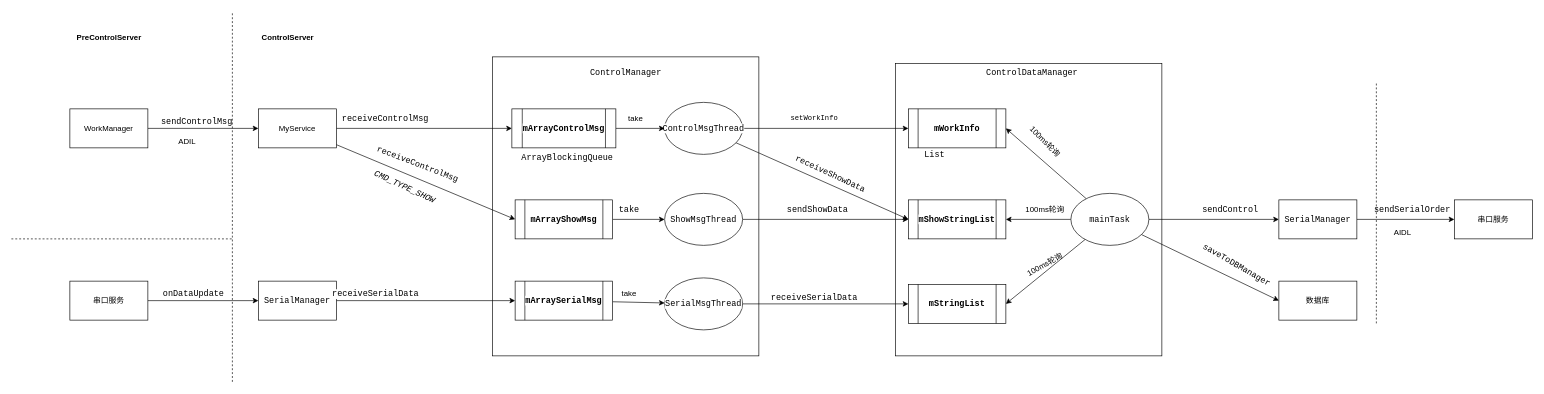
This is Control_Server.drawio from zhangmeizhen/test2, a draw.io file, before an edit. Source tidied: cells renumbered, new cells numbered last; positions are measured from the earlier drawing's top-left corner, leaving out a move shared by most shapes. Both pictures are drawn from the tidied source at 65%, with x=0, y=0 at pixel (11, 11).
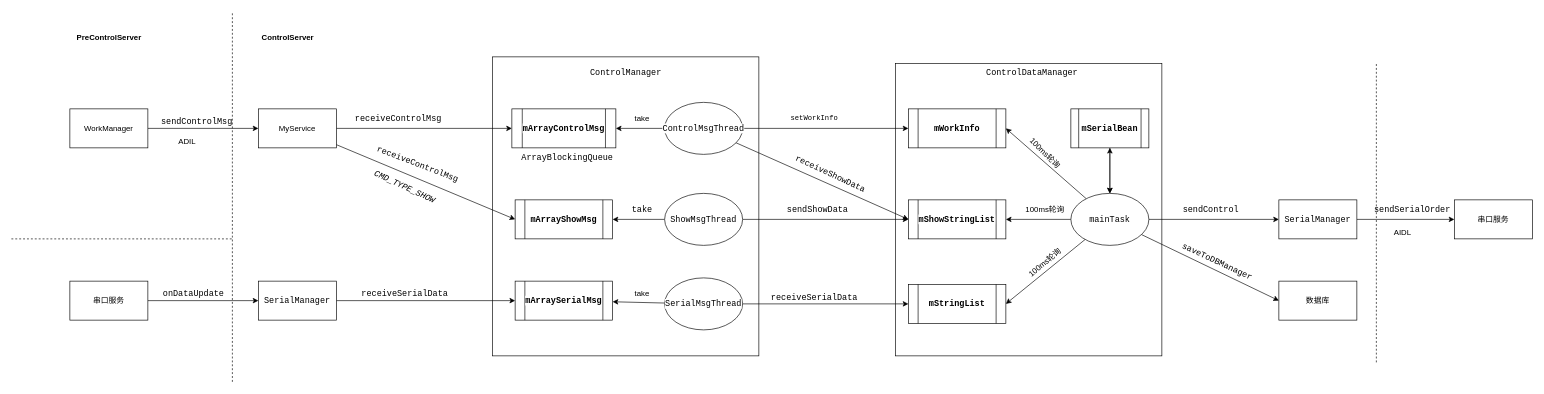
After the change.

The change refers to these unchanged cells:
```xml
<mxCell id="7" value="&lt;pre style=&quot;background-color: rgb(255 , 255 , 255) ; font-family: &amp;#34;jetbrains mono&amp;#34; , monospace ; font-size: 9.8pt&quot;&gt;ControlMsgThread&lt;/pre&gt;" style="ellipse;whiteSpace=wrap;html=1;" parent="1" vertex="1">
  <mxGeometry x="1005" y="140" width="120" height="80" as="geometry" />
</mxCell>
<mxCell id="9" value="&lt;pre style=&quot;background-color: rgb(255 , 255 , 255) ; font-family: &amp;#34;jetbrains mono&amp;#34; , monospace ; font-size: 9.8pt&quot;&gt;ShowMsgThread&lt;/pre&gt;" style="ellipse;whiteSpace=wrap;html=1;" parent="1" vertex="1">
  <mxGeometry x="1005" y="280" width="120" height="80" as="geometry" />
</mxCell>
<mxCell id="11" value="&lt;pre style=&quot;background-color: rgb(255 , 255 , 255) ; font-family: &amp;#34;jetbrains mono&amp;#34; , monospace ; font-size: 9.8pt&quot;&gt;SerialMsgThread&lt;/pre&gt;" style="ellipse;whiteSpace=wrap;html=1;" parent="1" vertex="1">
  <mxGeometry x="1005" y="410" width="120" height="80" as="geometry" />
</mxCell>
<mxCell id="16" value="&lt;pre style=&quot;background-color: rgb(255 , 255 , 255) ; font-family: &amp;#34;jetbrains mono&amp;#34; , monospace ; font-size: 9.8pt&quot;&gt;&lt;span style=&quot;font-weight: bold&quot;&gt;mArrayControlMsg&lt;/span&gt;&lt;/pre&gt;" style="shape=process;whiteSpace=wrap;html=1;backgroundOutline=1;" parent="1" vertex="1">
  <mxGeometry x="770" y="150" width="160" height="60" as="geometry" />
</mxCell>
<mxCell id="36" value="&lt;pre style=&quot;background-color: rgb(255 , 255 , 255) ; font-family: &amp;#34;jetbrains mono&amp;#34; , monospace ; font-size: 9.8pt&quot;&gt;&lt;span style=&quot;font-weight: bold&quot;&gt;mArrayShowMsg&lt;/span&gt;&lt;/pre&gt;" style="shape=process;whiteSpace=wrap;html=1;backgroundOutline=1;" parent="1" vertex="1">
  <mxGeometry x="775" y="290" width="150" height="60" as="geometry" />
</mxCell>
<mxCell id="40" value="&lt;pre style=&quot;background-color: rgb(255 , 255 , 255) ; font-family: &amp;#34;jetbrains mono&amp;#34; , monospace ; font-size: 9.8pt&quot;&gt;&lt;span style=&quot;font-weight: bold&quot;&gt;mArraySerialMsg&lt;/span&gt;&lt;/pre&gt;" style="shape=process;whiteSpace=wrap;html=1;backgroundOutline=1;" parent="1" vertex="1">
  <mxGeometry x="775" y="415" width="150" height="60" as="geometry" />
</mxCell>
<mxCell id="46" value="&lt;pre style=&quot;background-color: rgb(255 , 255 , 255) ; font-family: &amp;#34;jetbrains mono&amp;#34; , monospace ; font-size: 9.8pt&quot;&gt;SerialManager&lt;/pre&gt;" style="whiteSpace=wrap;html=1;" parent="1" vertex="1">
  <mxGeometry x="380" y="415" width="120" height="60" as="geometry" />
</mxCell>
<mxCell id="68" value="&lt;pre style=&quot;background-color: rgb(255 , 255 , 255) ; font-family: &amp;#34;jetbrains mono&amp;#34; , monospace ; font-size: 9.8pt&quot;&gt;mainTask&lt;/pre&gt;" style="ellipse;whiteSpace=wrap;html=1;" parent="1" vertex="1">
  <mxGeometry x="1630" y="280" width="120" height="80" as="geometry" />
</mxCell>
```

Diff of the diagram source:
```diff
@@
+    <mxCell id="70" style="edgeStyle=none;rounded=0;jettySize=auto;html=1;" parent="1" edge="1" source="7" target="16">
+      <mxGeometry relative="1" as="geometry" />
+    </mxCell>
@@
+    <mxCell id="71" style="edgeStyle=none;rounded=0;jettySize=auto;html=1;entryX=1;entryY=0.5;entryDx=0;entryDy=0;" parent="1" edge="1" source="9" target="36">
+      <mxGeometry relative="1" as="geometry" />
+    </mxCell>
@@
+    <mxCell id="72" style="edgeStyle=none;rounded=0;jettySize=auto;html=1;" parent="1" edge="1" source="11" target="40">
+      <mxGeometry relative="1" as="geometry" />
+    </mxCell>
@@
-    <mxCell id="15" style="edgeStyle=none;rounded=0;jettySize=auto;html=1;entryX=0;entryY=0.5;entryDx=0;entryDy=0;" parent="1" edge="1" source="16" target="7">
-      <mxGeometry relative="1" as="geometry" />
-    </mxCell>
@@
     <mxCell id="17" value="take" style="text;html=1;align=center;verticalAlign=middle;strokeColor=none;" parent="1" vertex="1">
-      <mxGeometry x="940" y="155" width="40" height="20" as="geometry" />
+      <mxGeometry x="950" y="155" width="40" height="20" as="geometry" />
     </mxCell>
@@
     <mxCell id="21" value="100ms轮询" style="text;html=1;align=center;verticalAlign=middle;strokeColor=none;rotation=45;" parent="1" vertex="1">
-      <mxGeometry x="1550" y="190" width="80" height="20" as="geometry" />
+      <mxGeometry x="1550" y="208" width="80" height="20" as="geometry" />
     </mxCell>
@@
-    <mxCell id="24" value="&lt;pre style=&quot;background-color: rgb(255 , 255 , 255) ; font-family: &amp;#34;jetbrains mono&amp;#34; , monospace ; font-size: 9.8pt&quot;&gt;List&lt;/pre&gt;" style="text;html=1;align=center;verticalAlign=middle;strokeColor=none;" parent="1" vertex="1">
-      <mxGeometry x="1400" y="195" width="40" height="50" as="geometry" />
-    </mxCell>
@@
-    <mxCell id="35" style="edgeStyle=none;rounded=0;jettySize=auto;html=1;" parent="1" edge="1" source="36" target="9">
-      <mxGeometry relative="1" as="geometry" />
-    </mxCell>
@@
     <mxCell id="38" value="&lt;pre style=&quot;background-color: rgb(255 , 255 , 255) ; font-family: &amp;#34;jetbrains mono&amp;#34; , monospace ; font-size: 9.8pt&quot;&gt;take&lt;/pre&gt;" style="text;html=1;align=center;verticalAlign=middle;strokeColor=none;" parent="1" vertex="1">
-      <mxGeometry x="930" y="280" width="40" height="50" as="geometry" />
+      <mxGeometry x="950" y="280" width="40" height="50" as="geometry" />
     </mxCell>
-    <mxCell id="39" style="edgeStyle=none;rounded=0;jettySize=auto;html=1;" parent="1" edge="1" source="40" target="11">
-      <mxGeometry relative="1" as="geometry" />
-    </mxCell>
@@
-    <mxCell id="45" style="edgeStyle=none;rounded=0;jettySize=auto;html=1;entryX=0;entryY=0.5;entryDx=0;entryDy=0;" parent="1" edge="1" source="46" target="40">
+    <mxCell id="45" style="edgeStyle=none;rounded=0;jettySize=auto;html=1;" parent="1" edge="1" source="46" target="40">
       <mxGeometry relative="1" as="geometry" />
     </mxCell>
@@
-    <mxCell id="48" value="&lt;pre style=&quot;background-color: rgb(255 , 255 , 255) ; font-family: &amp;#34;jetbrains mono&amp;#34; , monospace ; font-size: 9.8pt&quot;&gt;receiveSerialData&lt;/pre&gt;" style="text;html=1;align=center;verticalAlign=middle;strokeColor=none;" parent="1" vertex="1">
-      <mxGeometry x="500" y="410" width="120" height="50" as="geometry" />
-    </mxCell>
     <mxCell id="49" value="take" style="text;html=1;align=center;verticalAlign=middle;strokeColor=none;" parent="1" vertex="1">
-      <mxGeometry x="930" y="425" width="40" height="20" as="geometry" />
+      <mxGeometry x="950" y="425" width="40" height="20" as="geometry" />
     </mxCell>
@@
-    <mxCell id="53" value="100ms轮询" style="text;html=1;align=center;verticalAlign=middle;strokeColor=none;rotation=-29;" parent="1" vertex="1">
-      <mxGeometry x="1550" y="380" width="80" height="20" as="geometry" />
+    <mxCell id="53" value="100ms轮询" style="text;html=1;align=center;verticalAlign=middle;strokeColor=none;rotation=-40;" parent="1" vertex="1">
+      <mxGeometry x="1550" y="377" width="80" height="20" as="geometry" />
     </mxCell>
@@
     <mxCell id="57" value="&lt;pre style=&quot;background-color: rgb(255 , 255 , 255) ; font-family: &amp;#34;jetbrains mono&amp;#34; , monospace ; font-size: 9.8pt&quot;&gt;sendControl&lt;/pre&gt;" style="text;html=1;align=center;verticalAlign=middle;strokeColor=none;" parent="1" vertex="1">
-      <mxGeometry x="1830" y="280" width="90" height="50" as="geometry" />
+      <mxGeometry x="1800" y="280" width="90" height="50" as="geometry" />
     </mxCell>
@@
-    <mxCell id="63" value="&lt;pre style=&quot;background-color: rgb(255 , 255 , 255) ; font-family: &amp;#34;jetbrains mono&amp;#34; , monospace ; font-size: 9.8pt&quot;&gt;saveToDBManager&lt;/pre&gt;" style="text;html=1;align=center;verticalAlign=middle;strokeColor=none;rotation=30;" parent="1" vertex="1">
-      <mxGeometry x="1820" y="365" width="130" height="50" as="geometry" />
+    <mxCell id="63" value="&lt;pre style=&quot;background-color: rgb(255 , 255 , 255) ; font-family: &amp;#34;jetbrains mono&amp;#34; , monospace ; font-size: 9.8pt&quot;&gt;saveToDBManager&lt;/pre&gt;" style="text;html=1;align=center;verticalAlign=middle;strokeColor=none;rotation=25;" parent="1" vertex="1">
+      <mxGeometry x="1790" y="360" width="130" height="50" as="geometry" />
     </mxCell>
@@
     <mxCell id="65" style="endArrow=none;dashed=1;html=1;" parent="1" edge="1">
       <mxGeometry relative="1" as="geometry">
-        <mxPoint x="2100" y="480" as="sourcePoint" />
-        <mxPoint x="2100" y="110" as="targetPoint" />
+        <mxPoint x="2100" y="540" as="sourcePoint" />
+        <mxPoint x="2100" y="80" as="targetPoint" />
       </mxGeometry>
     </mxCell>
@@
     <mxCell id="67" value="&lt;pre style=&quot;background-color: rgb(255 , 255 , 255) ; font-family: &amp;#34;jetbrains mono&amp;#34; , monospace ; font-size: 9.8pt&quot;&gt;receiveControlMsg&lt;/pre&gt;" style="text;html=1;align=center;verticalAlign=middle;strokeColor=none;" parent="1" vertex="1">
-      <mxGeometry x="510" y="140" width="130" height="50" as="geometry" />
+      <mxGeometry x="530" y="140" width="130" height="50" as="geometry" />
     </mxCell>
@@
+    <mxCell id="48" value="&lt;pre style=&quot;background-color: rgb(255 , 255 , 255) ; font-family: &amp;#34;jetbrains mono&amp;#34; , monospace ; font-size: 9.8pt&quot;&gt;receiveSerialData&lt;/pre&gt;" style="text;html=1;align=center;verticalAlign=middle;strokeColor=none;" parent="1" vertex="1">
+      <mxGeometry x="545" y="410" width="120" height="50" as="geometry" />
+    </mxCell>
+    <mxCell id="73" style="edgeStyle=none;rounded=0;jettySize=auto;html=1;" parent="1" edge="1" source="75" target="68">
+      <mxGeometry relative="1" as="geometry" />
+    </mxCell>
+    <mxCell id="74" style="edgeStyle=none;rounded=0;jettySize=auto;html=1;startArrow=classic;startFill=1;" parent="1" edge="1" source="75" target="68">
+      <mxGeometry relative="1" as="geometry" />
+    </mxCell>
+    <mxCell id="75" value="&lt;pre style=&quot;background-color: rgb(255 , 255 , 255) ; font-family: &amp;#34;jetbrains mono&amp;#34; , monospace ; font-size: 9.8pt&quot;&gt;&lt;span style=&quot;font-weight: bold&quot;&gt;mSerialBean&lt;/span&gt;&lt;/pre&gt;" style="shape=process;whiteSpace=wrap;html=1;backgroundOutline=1;rounded=0;" parent="1" vertex="1">
+      <mxGeometry x="1630" y="150" width="120" height="60" as="geometry" />
+    </mxCell>
```
